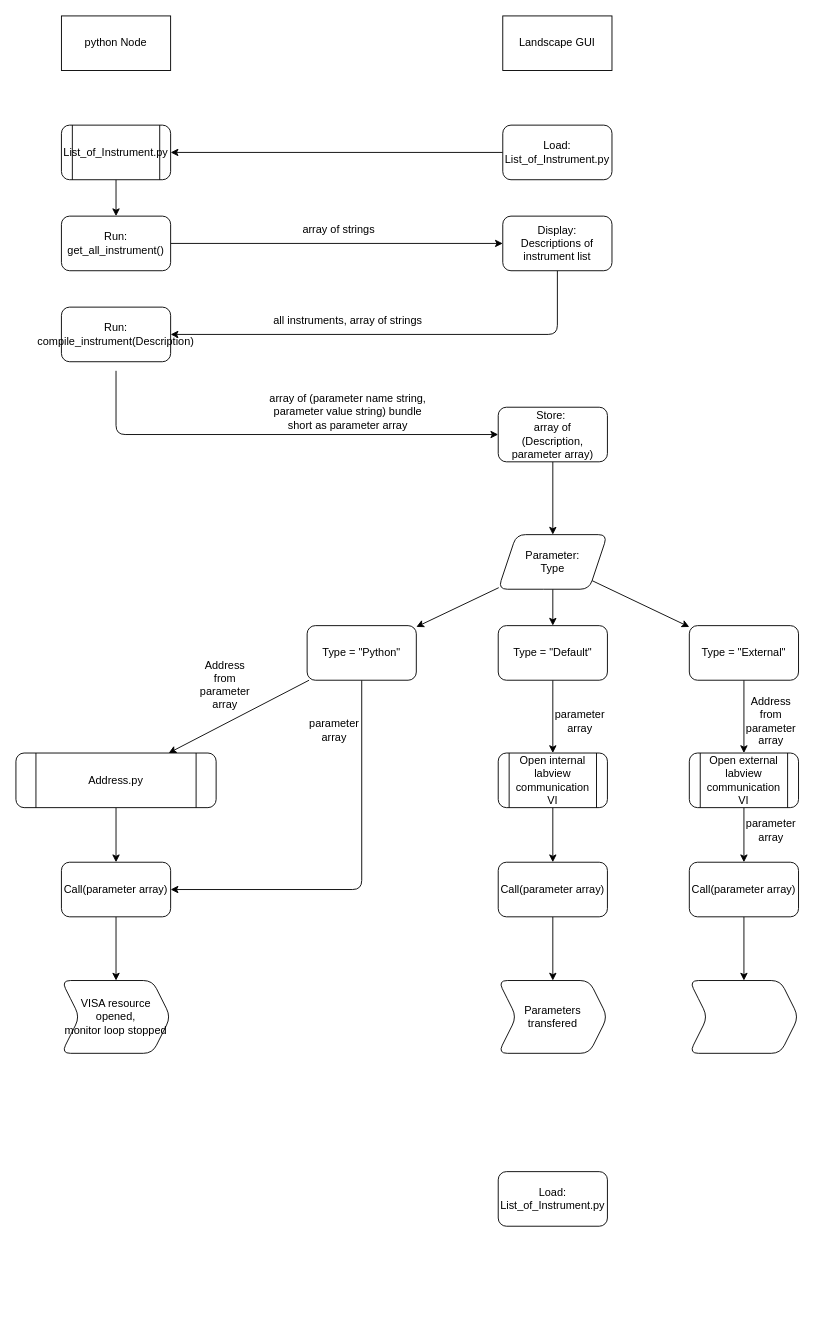
Earlier version of the draw.io diagram Work Flow.drawio (phyzrx/Landscape-DataStream-v1.1). Source tidied: cells renumbered, new cells numbered last; positions are measured from the earlier drawing's top-left corner, leaving out a move shared by most shapes. Both pictures are drawn from the tidied source at 91%, with x=0, y=0 at pixel (15, 15).
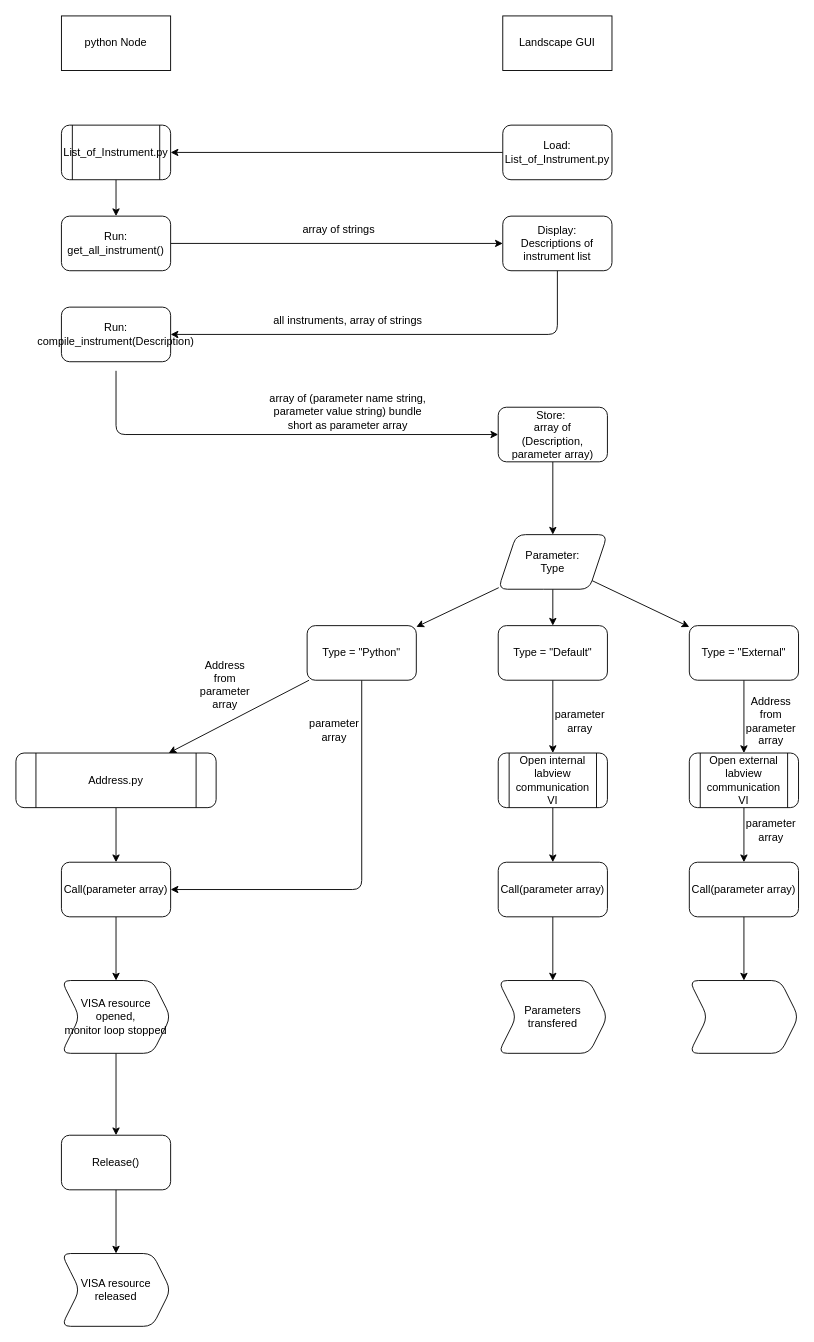
Above is the later version.

The change refers to these unchanged cells:
```xml
<mxCell id="37" value="VISA resource opened,&lt;br&gt;monitor loop stopped" style="shape=step;perimeter=stepPerimeter;whiteSpace=wrap;html=1;fixedSize=1;rounded=1;" parent="1" vertex="1">
  <mxGeometry x="50" y="1060" width="120" height="80" as="geometry" />
</mxCell>
```

The edit, as a diff of the source:
```diff
@@
+    <mxCell id="51" style="edgeStyle=none;html=1;" parent="1" edge="1" source="37" target="53">
+      <mxGeometry relative="1" as="geometry" />
+    </mxCell>
@@
-    <mxCell id="50" value="Load:&lt;br&gt;List_of_Instrument.py" style="rounded=1;whiteSpace=wrap;html=1;" parent="1" vertex="1">
-      <mxGeometry x="530" y="1270" width="120" height="60" as="geometry" />
-    </mxCell>
+    <mxCell id="52" style="edgeStyle=none;html=1;" parent="1" edge="1" source="53" target="54">
+      <mxGeometry relative="1" as="geometry" />
+    </mxCell>
+    <mxCell id="53" value="Release()" style="whiteSpace=wrap;html=1;rounded=1;" parent="1" vertex="1">
+      <mxGeometry x="50" y="1230" width="120" height="60" as="geometry" />
+    </mxCell>
+    <mxCell id="54" value="VISA resource released" style="shape=step;perimeter=stepPerimeter;whiteSpace=wrap;html=1;fixedSize=1;rounded=1;" parent="1" vertex="1">
+      <mxGeometry x="50" y="1360" width="120" height="80" as="geometry" />
+    </mxCell>
```
